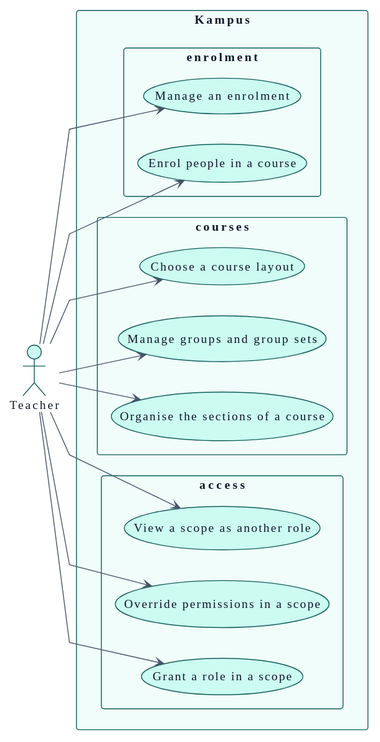
The PlantUML diagram docs/01-requirements/use-cases-teacher.svg in didactika/kampus, before a commit.
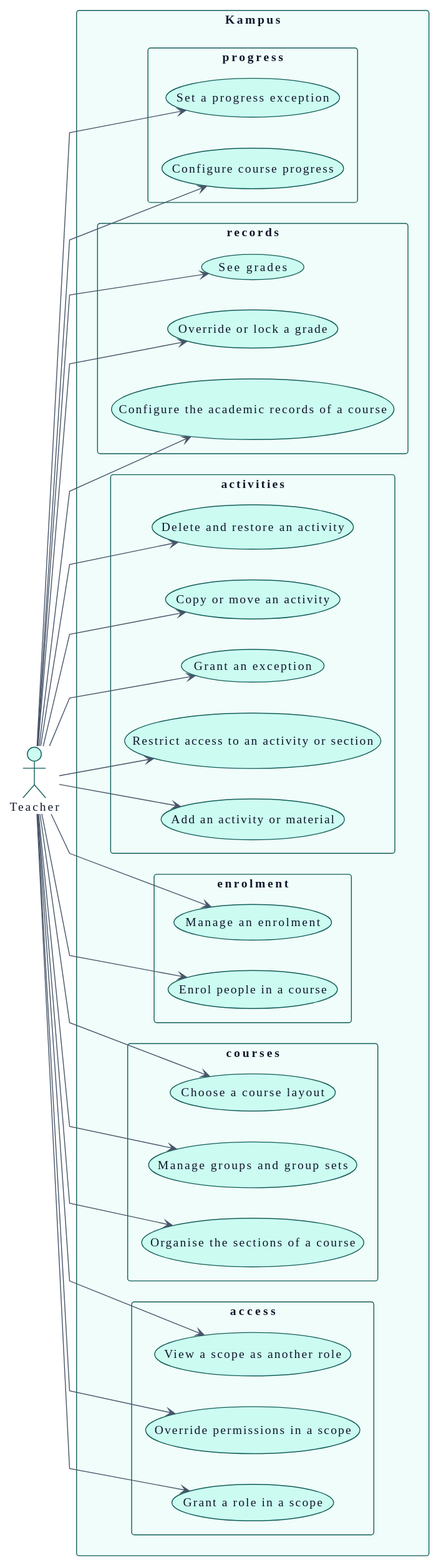
The same file after the commit.

The edit, as a diff of the source:
```diff
@@ -123,6 +123,22 @@
     usecase "Enrol people in a course" as UC_enrolPeople
     usecase "Manage an enrolment" as UC_manageEnrolment
   }
+  package "activities" {
+    usecase "Add an activity or material" as UC_addActivity
+    usecase "Restrict access to an activity or section" as UC_restrictAccess
+    usecase "Grant an exception" as UC_grantException
+    usecase "Copy or move an activity" as UC_copyActivity
+    usecase "Delete and restore an activity" as UC_deleteActivity
+  }
+  package "records" {
+    usecase "Configure the academic records of a course" as UC_configureRecords
+    usecase "Override or lock a grade" as UC_overrideGrade
+    usecase "See grades" as UC_viewGrades
+  }
+  package "progress" {
+    usecase "Configure course progress" as UC_configureCourseProgress
+    usecase "Set a progress exception" as UC_setProgressException
+  }
 }
 
 A_Teacher --> UC_grantRole
@@ -133,4 +149,14 @@
 A_Teacher --> UC_chooseCourseLayout
 A_Teacher --> UC_enrolPeople
 A_Teacher --> UC_manageEnrolment
+A_Teacher --> UC_addActivity
+A_Teacher --> UC_restrictAccess
+A_Teacher --> UC_grantException
+A_Teacher --> UC_copyActivity
+A_Teacher --> UC_deleteActivity
+A_Teacher --> UC_configureRecords
+A_Teacher --> UC_overrideGrade
+A_Teacher --> UC_viewGrades
+A_Teacher --> UC_configureCourseProgress
+A_Teacher --> UC_setProgressException
 @enduml
```
